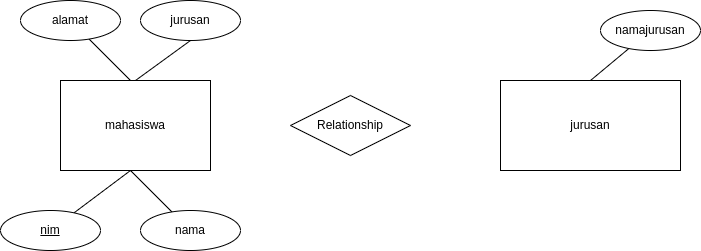
Before: tes draw io c14.png, a diagram exported from draw.io (bagjaalam1/RUBICAMP). Source tidied: cells renumbered, new cells last; positions are measured from the earlier drawing's top-left corner, leaving out a move shared by most shapes. Source of this version:
```xml
<mxGraphModel>
  <root>
    <mxCell id="0" />
    <mxCell id="1" parent="0" />
    <mxCell id="2" value="mahasiswa" style="whiteSpace=wrap;html=1;align=center;" parent="1" vertex="1">
      <mxGeometry x="60" y="80" width="150" height="90" as="geometry" />
    </mxCell>
    <mxCell id="3" style="endArrow=none;html=1;rounded=0;" parent="1" edge="1" target="4">
      <mxGeometry relative="1" as="geometry">
        <mxPoint x="130" y="170" as="sourcePoint" />
      </mxGeometry>
    </mxCell>
    <mxCell id="4" value="nim" style="ellipse;whiteSpace=wrap;html=1;align=center;fontStyle=4;" parent="1" vertex="1">
      <mxGeometry y="210" width="100" height="40" as="geometry" />
    </mxCell>
    <mxCell id="5" style="endArrow=none;html=1;rounded=0;" parent="1" edge="1" target="6">
      <mxGeometry relative="1" as="geometry">
        <mxPoint x="130" y="170" as="sourcePoint" />
      </mxGeometry>
    </mxCell>
    <mxCell id="6" value="nama" style="ellipse;whiteSpace=wrap;html=1;align=center;" parent="1" vertex="1">
      <mxGeometry x="140" y="210" width="100" height="40" as="geometry" />
    </mxCell>
    <mxCell id="7" style="endArrow=none;html=1;rounded=0;" parent="1" edge="1" target="8">
      <mxGeometry relative="1" as="geometry">
        <mxPoint x="130" y="80" as="sourcePoint" />
      </mxGeometry>
    </mxCell>
    <mxCell id="8" value="alamat" style="ellipse;whiteSpace=wrap;html=1;align=center;" parent="1" vertex="1">
      <mxGeometry x="20" width="100" height="40" as="geometry" />
    </mxCell>
    <mxCell id="9" value="jurusan" style="ellipse;whiteSpace=wrap;html=1;align=center;" parent="1" vertex="1">
      <mxGeometry x="140" width="100" height="40" as="geometry" />
    </mxCell>
    <mxCell id="10" style="endArrow=none;html=1;rounded=0;exitX=0.5;exitY=0;exitDx=0;exitDy=0;" parent="1" edge="1" source="2">
      <mxGeometry relative="1" as="geometry">
        <mxPoint x="190" y="40" as="targetPoint" />
      </mxGeometry>
    </mxCell>
    <mxCell id="11" value="jurusan" style="whiteSpace=wrap;html=1;align=center;" parent="1" vertex="1">
      <mxGeometry x="500" y="80" width="180" height="90" as="geometry" />
    </mxCell>
    <mxCell id="12" style="endArrow=none;html=1;rounded=0;exitX=0.5;exitY=0;exitDx=0;exitDy=0;" parent="1" edge="1" source="11" target="13">
      <mxGeometry relative="1" as="geometry" />
    </mxCell>
    <mxCell id="13" value="namajurusan" style="ellipse;whiteSpace=wrap;html=1;align=center;" parent="1" vertex="1">
      <mxGeometry x="600" y="10" width="100" height="40" as="geometry" />
    </mxCell>
    <mxCell id="14" value="Relationship" style="shape=rhombus;perimeter=rhombusPerimeter;whiteSpace=wrap;html=1;align=center;" parent="1" vertex="1">
      <mxGeometry x="290" y="95" width="120" height="60" as="geometry" />
    </mxCell>
  </root>
</mxGraphModel>
```
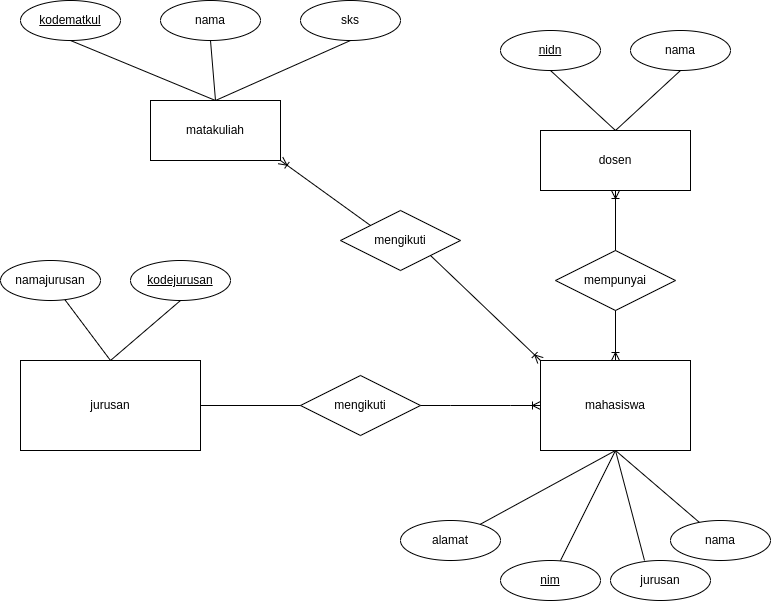
Later version of the same file.

What changed in the source:
```diff
@@ -3,51 +3,109 @@
     <mxCell id="0" />
     <mxCell id="1" parent="0" />
     <mxCell id="2" value="mahasiswa" style="whiteSpace=wrap;html=1;align=center;" parent="1" vertex="1">
-      <mxGeometry x="60" y="80" width="150" height="90" as="geometry" />
+      <mxGeometry x="560" y="10" width="150" height="90" as="geometry" />
     </mxCell>
-    <mxCell id="3" style="endArrow=none;html=1;rounded=0;" parent="1" edge="1" target="4">
-      <mxGeometry relative="1" as="geometry">
-        <mxPoint x="130" y="170" as="sourcePoint" />
-      </mxGeometry>
+    <mxCell id="3" style="endArrow=none;html=1;rounded=0;exitX=0.5;exitY=1;exitDx=0;exitDy=0;" parent="1" edge="1" source="2" target="4">
+      <mxGeometry relative="1" as="geometry" />
     </mxCell>
     <mxCell id="4" value="nim" style="ellipse;whiteSpace=wrap;html=1;align=center;fontStyle=4;" parent="1" vertex="1">
-      <mxGeometry y="210" width="100" height="40" as="geometry" />
+      <mxGeometry x="520" y="210" width="100" height="40" as="geometry" />
     </mxCell>
-    <mxCell id="5" style="endArrow=none;html=1;rounded=0;" parent="1" edge="1" target="6">
-      <mxGeometry relative="1" as="geometry">
-        <mxPoint x="130" y="170" as="sourcePoint" />
-      </mxGeometry>
+    <mxCell id="5" style="endArrow=none;html=1;rounded=0;exitX=0.5;exitY=1;exitDx=0;exitDy=0;" parent="1" edge="1" source="2" target="6">
+      <mxGeometry relative="1" as="geometry" />
     </mxCell>
     <mxCell id="6" value="nama" style="ellipse;whiteSpace=wrap;html=1;align=center;" parent="1" vertex="1">
-      <mxGeometry x="140" y="210" width="100" height="40" as="geometry" />
+      <mxGeometry x="690" y="170" width="100" height="40" as="geometry" />
     </mxCell>
-    <mxCell id="7" style="endArrow=none;html=1;rounded=0;" parent="1" edge="1" target="8">
-      <mxGeometry relative="1" as="geometry">
-        <mxPoint x="130" y="80" as="sourcePoint" />
-      </mxGeometry>
+    <mxCell id="7" style="endArrow=none;html=1;rounded=0;exitX=0.5;exitY=1;exitDx=0;exitDy=0;" parent="1" edge="1" source="2" target="8">
+      <mxGeometry relative="1" as="geometry" />
     </mxCell>
     <mxCell id="8" value="alamat" style="ellipse;whiteSpace=wrap;html=1;align=center;" parent="1" vertex="1">
-      <mxGeometry x="20" width="100" height="40" as="geometry" />
+      <mxGeometry x="420" y="170" width="100" height="40" as="geometry" />
     </mxCell>
     <mxCell id="9" value="jurusan" style="ellipse;whiteSpace=wrap;html=1;align=center;" parent="1" vertex="1">
-      <mxGeometry x="140" width="100" height="40" as="geometry" />
+      <mxGeometry x="630" y="210" width="100" height="40" as="geometry" />
     </mxCell>
-    <mxCell id="10" style="endArrow=none;html=1;rounded=0;exitX=0.5;exitY=0;exitDx=0;exitDy=0;" parent="1" edge="1" source="2">
-      <mxGeometry relative="1" as="geometry">
-        <mxPoint x="190" y="40" as="targetPoint" />
-      </mxGeometry>
+    <mxCell id="10" style="endArrow=none;html=1;rounded=0;exitX=0.5;exitY=1;exitDx=0;exitDy=0;entryX=0.34;entryY=0;entryDx=0;entryDy=0;entryPerimeter=0;" parent="1" edge="1" source="2" target="9">
+      <mxGeometry relative="1" as="geometry" />
     </mxCell>
     <mxCell id="11" value="jurusan" style="whiteSpace=wrap;html=1;align=center;" parent="1" vertex="1">
-      <mxGeometry x="500" y="80" width="180" height="90" as="geometry" />
+      <mxGeometry x="40" y="10" width="180" height="90" as="geometry" />
     </mxCell>
     <mxCell id="12" style="endArrow=none;html=1;rounded=0;exitX=0.5;exitY=0;exitDx=0;exitDy=0;" parent="1" edge="1" source="11" target="13">
       <mxGeometry relative="1" as="geometry" />
     </mxCell>
     <mxCell id="13" value="namajurusan" style="ellipse;whiteSpace=wrap;html=1;align=center;" parent="1" vertex="1">
-      <mxGeometry x="600" y="10" width="100" height="40" as="geometry" />
+      <mxGeometry x="20" y="-90" width="100" height="40" as="geometry" />
     </mxCell>
-    <mxCell id="14" value="Relationship" style="shape=rhombus;perimeter=rhombusPerimeter;whiteSpace=wrap;html=1;align=center;" parent="1" vertex="1">
-      <mxGeometry x="290" y="95" width="120" height="60" as="geometry" />
+    <mxCell id="14" value="mengikuti" style="shape=rhombus;perimeter=rhombusPerimeter;whiteSpace=wrap;html=1;align=center;" parent="1" vertex="1">
+      <mxGeometry x="320" y="25" width="120" height="60" as="geometry" />
     </mxCell>
+    <mxCell id="15" style="edgeStyle=entityRelationEdgeStyle;fontSize=12;html=1;endArrow=ERoneToMany;rounded=0;exitX=1;exitY=0.5;exitDx=0;exitDy=0;" parent="1" edge="1" source="14" target="2">
+      <mxGeometry relative="1" as="geometry" />
+    </mxCell>
+    <mxCell id="16" style="endArrow=none;html=1;rounded=0;entryX=0;entryY=0.5;entryDx=0;entryDy=0;exitX=1;exitY=0.5;exitDx=0;exitDy=0;" parent="1" edge="1" source="11" target="14">
+      <mxGeometry relative="1" as="geometry" />
+    </mxCell>
+    <mxCell id="17" value="dosen" style="whiteSpace=wrap;html=1;align=center;" parent="1" vertex="1">
+      <mxGeometry x="560" y="-220" width="150" height="60" as="geometry" />
+    </mxCell>
+    <mxCell id="18" value="mempunyai" style="shape=rhombus;perimeter=rhombusPerimeter;whiteSpace=wrap;html=1;align=center;" parent="1" vertex="1">
+      <mxGeometry x="575" y="-100" width="120" height="60" as="geometry" />
+    </mxCell>
+    <mxCell id="19" style="fontSize=12;html=1;endArrow=ERoneToMany;rounded=0;entryX=0.5;entryY=1;entryDx=0;entryDy=0;exitX=0.5;exitY=0;exitDx=0;exitDy=0;" parent="1" edge="1" source="18" target="17">
+      <mxGeometry relative="1" as="geometry" />
+    </mxCell>
+    <mxCell id="20" style="fontSize=12;html=1;endArrow=ERoneToMany;rounded=0;entryX=0.5;entryY=0;entryDx=0;entryDy=0;exitX=0.5;exitY=1;exitDx=0;exitDy=0;" parent="1" edge="1" source="18" target="2">
+      <mxGeometry relative="1" as="geometry" />
+    </mxCell>
+    <mxCell id="21" value="nama" style="ellipse;whiteSpace=wrap;html=1;align=center;" parent="1" vertex="1">
+      <mxGeometry x="650" y="-320" width="100" height="40" as="geometry" />
+    </mxCell>
+    <mxCell id="22" value="nidn" style="ellipse;whiteSpace=wrap;html=1;align=center;fontStyle=4;" parent="1" vertex="1">
+      <mxGeometry x="520" y="-320" width="100" height="40" as="geometry" />
+    </mxCell>
+    <mxCell id="23" style="endArrow=none;html=1;rounded=0;entryX=0.5;entryY=1;entryDx=0;entryDy=0;exitX=0.5;exitY=0;exitDx=0;exitDy=0;" parent="1" edge="1" source="17" target="21">
+      <mxGeometry relative="1" as="geometry" />
+    </mxCell>
+    <mxCell id="24" style="endArrow=none;html=1;rounded=0;entryX=0.5;entryY=1;entryDx=0;entryDy=0;exitX=0.5;exitY=0;exitDx=0;exitDy=0;" parent="1" edge="1" source="17" target="22">
+      <mxGeometry relative="1" as="geometry" />
+    </mxCell>
+    <mxCell id="25" value="kodejurusan" style="ellipse;whiteSpace=wrap;html=1;align=center;fontStyle=4;" parent="1" vertex="1">
+      <mxGeometry x="150" y="-90" width="100" height="40" as="geometry" />
+    </mxCell>
+    <mxCell id="26" style="endArrow=none;html=1;rounded=0;exitX=0.5;exitY=0;exitDx=0;exitDy=0;entryX=0.5;entryY=1;entryDx=0;entryDy=0;" parent="1" edge="1" source="11" target="25">
+      <mxGeometry relative="1" as="geometry" />
+    </mxCell>
+    <mxCell id="27" value="matakuliah" style="whiteSpace=wrap;html=1;align=center;" parent="1" vertex="1">
+      <mxGeometry x="170" y="-250" width="130" height="60" as="geometry" />
+    </mxCell>
+    <mxCell id="28" value="mengikuti" style="shape=rhombus;perimeter=rhombusPerimeter;whiteSpace=wrap;html=1;align=center;" parent="1" vertex="1">
+      <mxGeometry x="360" y="-140" width="120" height="60" as="geometry" />
+    </mxCell>
+    <mxCell id="29" style="fontSize=12;html=1;endArrow=ERoneToMany;rounded=0;entryX=1;entryY=1;entryDx=0;entryDy=0;exitX=0;exitY=0;exitDx=0;exitDy=0;" parent="1" edge="1" source="28" target="27">
+      <mxGeometry relative="1" as="geometry" />
+    </mxCell>
+    <mxCell id="30" style="fontSize=12;html=1;endArrow=ERoneToMany;rounded=0;entryX=0;entryY=0;entryDx=0;entryDy=0;exitX=1;exitY=1;exitDx=0;exitDy=0;" parent="1" edge="1" source="28" target="2">
+      <mxGeometry relative="1" as="geometry" />
+    </mxCell>
+    <mxCell id="31" value="kodematkul" style="ellipse;whiteSpace=wrap;html=1;align=center;fontStyle=4;" parent="1" vertex="1">
+      <mxGeometry x="40" y="-350" width="100" height="40" as="geometry" />
+    </mxCell>
+    <mxCell id="32" value="nama" style="ellipse;whiteSpace=wrap;html=1;align=center;" parent="1" vertex="1">
+      <mxGeometry x="180" y="-350" width="100" height="40" as="geometry" />
+    </mxCell>
+    <mxCell id="33" value="sks" style="ellipse;whiteSpace=wrap;html=1;align=center;" parent="1" vertex="1">
+      <mxGeometry x="320" y="-350" width="100" height="40" as="geometry" />
+    </mxCell>
+    <mxCell id="34" style="endArrow=none;html=1;rounded=0;entryX=0.5;entryY=1;entryDx=0;entryDy=0;exitX=0.5;exitY=0;exitDx=0;exitDy=0;" parent="1" edge="1" source="27" target="31">
+      <mxGeometry relative="1" as="geometry" />
+    </mxCell>
+    <mxCell id="35" style="endArrow=none;html=1;rounded=0;entryX=0.5;entryY=1;entryDx=0;entryDy=0;exitX=0.5;exitY=0;exitDx=0;exitDy=0;" parent="1" edge="1" source="27" target="32">
+      <mxGeometry relative="1" as="geometry" />
+    </mxCell>
+    <mxCell id="36" style="endArrow=none;html=1;rounded=0;entryX=0.5;entryY=1;entryDx=0;entryDy=0;exitX=0.5;exitY=0;exitDx=0;exitDy=0;" parent="1" edge="1" source="27" target="33">
+      <mxGeometry relative="1" as="geometry" />
+    </mxCell>
   </root>
 </mxGraphModel>
```
